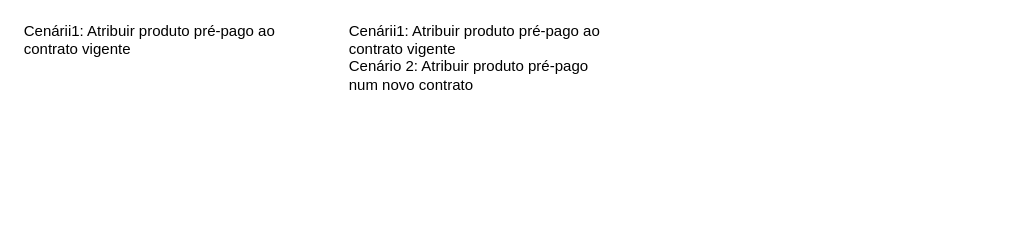
This is 114727-Pré Pago - VTal - Alinhamento interno Claro.drawio from samirali/ClaroBrasil, a draw.io file, before an edit. Source tidied: cells renumbered, new cells numbered last; positions are measured from the earlier drawing's top-left corner, leaving out a move shared by most shapes. Both pictures are drawn from the tidied source at 125%, with x=0, y=0 at pixel (21, 22).
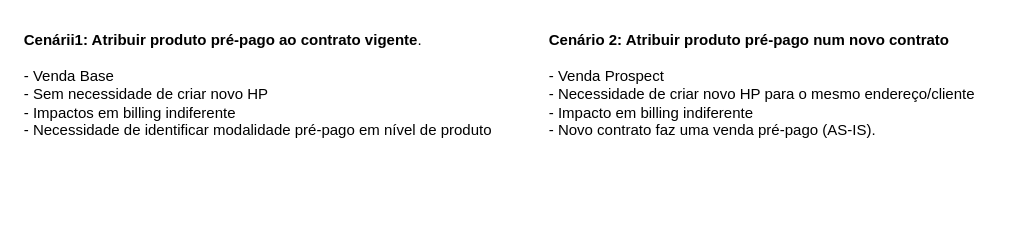
After the change.

Change to the diagram source:
```diff
@@
 <mxGraphModel>
   <root>
     <mxCell id="0" />
     <mxCell id="1" parent="0" />
-    <mxCell id="2" value="Cenárii1: Atribuir produto pré-pago ao contrato vigente&lt;div&gt;&lt;br&gt;&lt;/div&gt;&lt;div&gt;&lt;br&gt;&lt;/div&gt;&lt;div&gt;&lt;div&gt;&lt;div&gt;&lt;br&gt;&lt;/div&gt;&lt;/div&gt;&lt;/div&gt;" style="text;html=1;align=left;verticalAlign=middle;whiteSpace=wrap;rounded=0;" parent="1" vertex="1">
-      <mxGeometry width="210" height="70" as="geometry" />
+    <mxCell id="2" value="&lt;b&gt;Cenárii1: Atribuir produto pré-pago ao contrato vigente&lt;/b&gt;.&lt;div&gt;&lt;br&gt;&lt;/div&gt;&lt;div&gt;- Venda Base&lt;/div&gt;&lt;div&gt;- Sem necessidade de criar novo HP&lt;/div&gt;&lt;div&gt;- Impactos em billing indiferente&lt;/div&gt;&lt;div&gt;- Necessidade de identificar modalidade pré-pago em nível de produto&lt;/div&gt;&lt;div&gt;&lt;br&gt;&lt;div&gt;&lt;div&gt;&lt;br&gt;&lt;/div&gt;&lt;div&gt;&lt;br&gt;&lt;/div&gt;&lt;div&gt;&lt;div&gt;&lt;div&gt;&lt;br&gt;&lt;/div&gt;&lt;/div&gt;&lt;/div&gt;&lt;/div&gt;&lt;/div&gt;" style="text;html=1;align=left;verticalAlign=top;whiteSpace=wrap;rounded=0;horizontal=1;" parent="1" vertex="1">
+      <mxGeometry width="380" height="100" as="geometry" />
     </mxCell>
-    <mxCell id="3" value="Cenárii1: Atribuir produto pré-pago ao contrato vigente&lt;div&gt;Cenário 2: Atribuir produto pré-pago num novo contrato&lt;br&gt;&lt;div&gt;&lt;br&gt;&lt;/div&gt;&lt;/div&gt;" style="text;html=1;align=left;verticalAlign=middle;whiteSpace=wrap;rounded=0;" parent="1" vertex="1">
-      <mxGeometry x="260" width="210" height="70" as="geometry" />
+    <mxCell id="3" value="&lt;div&gt;&lt;b&gt;Cenário 2: Atribuir produto pré-pago num novo contrato&lt;/b&gt;&lt;br&gt;&lt;div&gt;&lt;br&gt;&lt;/div&gt;&lt;/div&gt;&lt;div&gt;- Venda Prospect&lt;/div&gt;&lt;div&gt;- Necessidade de criar novo HP para o mesmo endereço/cliente&lt;/div&gt;&lt;div&gt;- Impacto em billing indiferente&lt;/div&gt;&lt;div&gt;- Novo contrato faz uma venda pré-pago (AS-IS).&lt;/div&gt;" style="text;html=1;align=left;verticalAlign=top;whiteSpace=wrap;rounded=0;" parent="1" vertex="1">
+      <mxGeometry x="420" width="360" height="100" as="geometry" />
     </mxCell>
   </root>
 </mxGraphModel>
```
